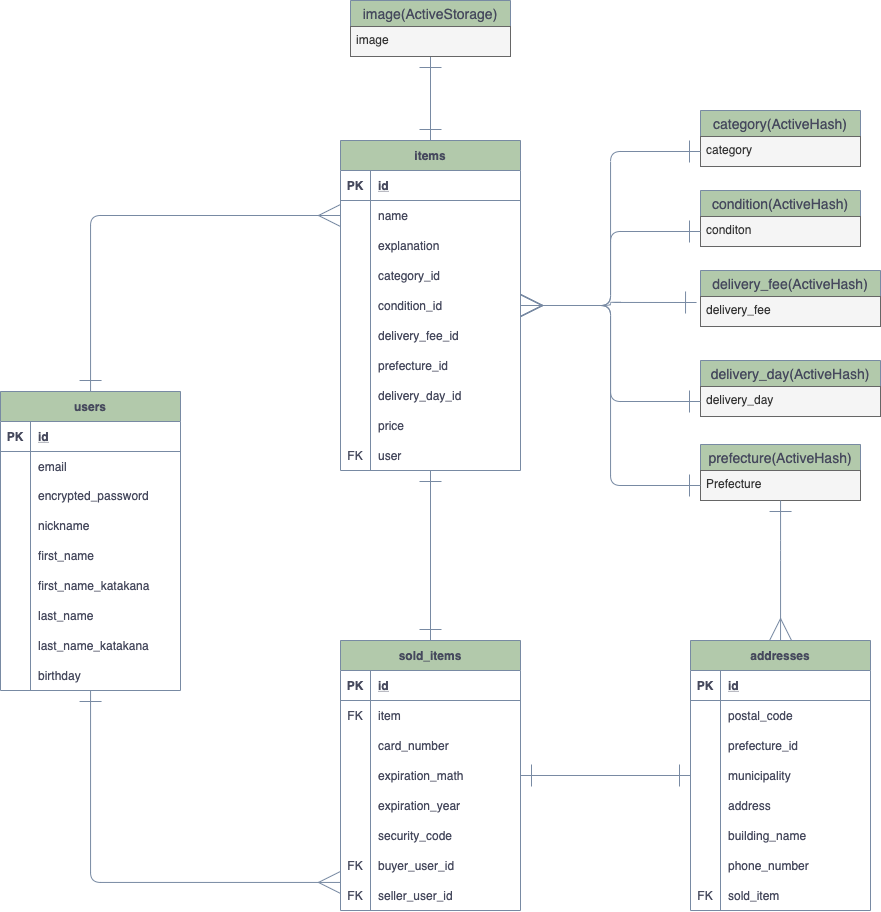
Above: database.png in makurano/furima-32591 (draw.io), before the change. Source tidied: cells renumbered, new cells last; positions are measured from the earlier drawing's top-left corner, leaving out a move shared by most shapes.
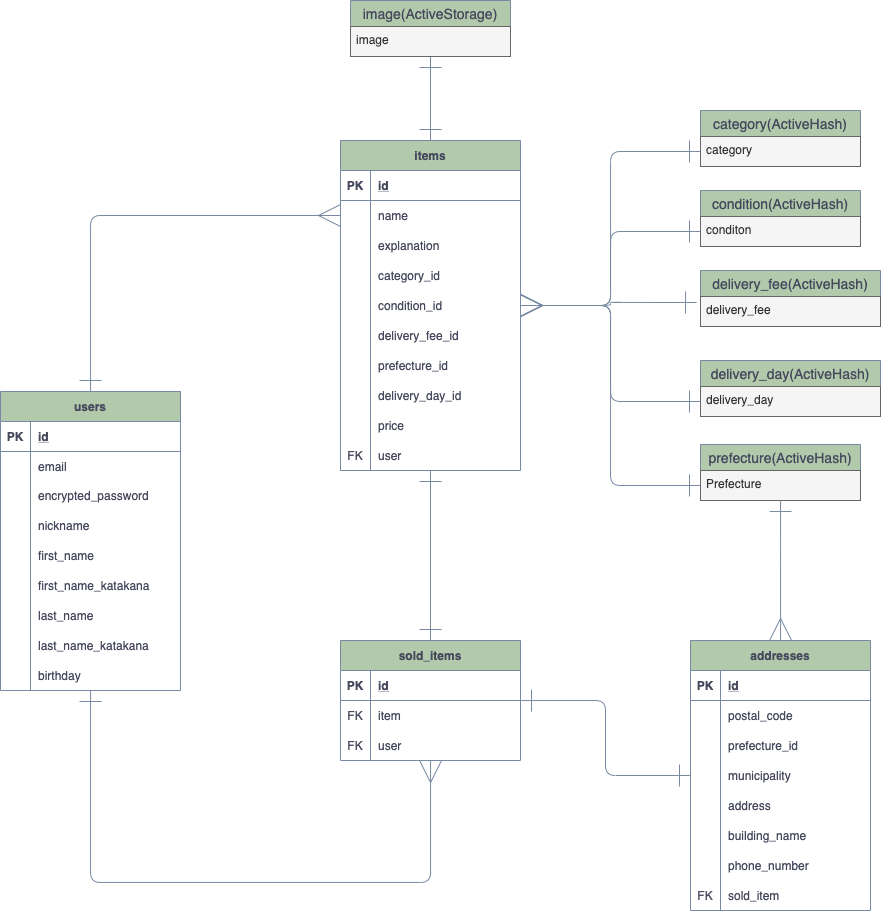
The same diagram one commit later.

Commit message:
ER図/README修正

The edit, as a diff of the source:
```diff
@@ -200,7 +200,7 @@
       <mxGeometry relative="1" as="geometry" />
     </mxCell>
     <mxCell id="65" value="sold_items" style="shape=table;startSize=30;rowLines=0;fontStyle=1;align=center;swimlaneFillColor=#ffffff;fillColor=#B2C9AB;strokeColor=#788AA3;fontColor=#46495D;" parent="1" vertex="1">
-      <mxGeometry x="340" y="640" width="180" height="270" as="geometry" />
+      <mxGeometry x="340" y="640" width="180" height="120" as="geometry" />
     </mxCell>
     <mxCell id="66" style="shape=partialRectangle;fillColor=none;top=0;left=0;bottom=1;right=0;strokeColor=#788AA3;fontColor=#46495D;" parent="65" vertex="1">
       <mxGeometry y="30" width="180" height="30" as="geometry" />
@@ -220,58 +220,13 @@
     <mxCell id="71" value="item" style="shape=partialRectangle;fillColor=none;top=0;left=0;bottom=0;right=0;align=left;spacingLeft=6;overflow=hidden;strokeColor=#788AA3;fontColor=#46495D;" parent="69" vertex="1">
       <mxGeometry x="30" width="150" height="30" as="geometry" />
     </mxCell>
-    <mxCell id="72" style="shape=partialRectangle;fillColor=none;top=0;left=0;bottom=0;right=0;strokeColor=#788AA3;fontColor=#46495D;" parent="65" vertex="1">
-      <mxGeometry y="90" width="180" height="30" as="geometry" />
-    </mxCell>
-    <mxCell id="73" style="shape=partialRectangle;fillColor=none;top=0;left=0;bottom=0;right=0;overflow=hidden;strokeColor=#788AA3;fontColor=#46495D;" parent="72" vertex="1">
-      <mxGeometry width="30" height="30" as="geometry" />
-    </mxCell>
-    <mxCell id="74" value="card_number" style="shape=partialRectangle;fillColor=none;top=0;left=0;bottom=0;right=0;align=left;spacingLeft=6;overflow=hidden;strokeColor=#788AA3;fontColor=#46495D;" parent="72" vertex="1">
-      <mxGeometry x="30" width="150" height="30" as="geometry" />
-    </mxCell>
-    <mxCell id="75" style="shape=partialRectangle;fillColor=none;top=0;left=0;bottom=0;right=0;strokeColor=#788AA3;fontColor=#46495D;" parent="65" vertex="1">
-      <mxGeometry y="120" width="180" height="30" as="geometry" />
-    </mxCell>
-    <mxCell id="76" style="shape=partialRectangle;fillColor=none;top=0;left=0;bottom=0;right=0;overflow=hidden;strokeColor=#788AA3;fontColor=#46495D;" parent="75" vertex="1">
-      <mxGeometry width="30" height="30" as="geometry" />
-    </mxCell>
-    <mxCell id="77" value="expiration_math" style="shape=partialRectangle;fillColor=none;top=0;left=0;bottom=0;right=0;align=left;spacingLeft=6;overflow=hidden;strokeColor=#788AA3;fontColor=#46495D;" parent="75" vertex="1">
-      <mxGeometry x="30" width="150" height="30" as="geometry" />
-    </mxCell>
-    <mxCell id="78" style="shape=partialRectangle;fillColor=none;top=0;left=0;bottom=0;right=0;strokeColor=#788AA3;fontColor=#46495D;" parent="65" vertex="1">
-      <mxGeometry y="150" width="180" height="30" as="geometry" />
-    </mxCell>
-    <mxCell id="79" style="shape=partialRectangle;fillColor=none;top=0;left=0;bottom=0;right=0;overflow=hidden;strokeColor=#788AA3;fontColor=#46495D;" parent="78" vertex="1">
-      <mxGeometry width="30" height="30" as="geometry" />
-    </mxCell>
-    <mxCell id="80" value="expiration_year" style="shape=partialRectangle;fillColor=none;top=0;left=0;bottom=0;right=0;align=left;spacingLeft=6;overflow=hidden;strokeColor=#788AA3;fontColor=#46495D;" parent="78" vertex="1">
-      <mxGeometry x="30" width="150" height="30" as="geometry" />
-    </mxCell>
-    <mxCell id="81" style="shape=partialRectangle;fillColor=none;top=0;left=0;bottom=0;right=0;strokeColor=#788AA3;fontColor=#46495D;" parent="65" vertex="1">
-      <mxGeometry y="180" width="180" height="30" as="geometry" />
-    </mxCell>
-    <mxCell id="82" style="shape=partialRectangle;fillColor=none;top=0;left=0;bottom=0;right=0;overflow=hidden;strokeColor=#788AA3;fontColor=#46495D;" parent="81" vertex="1">
-      <mxGeometry width="30" height="30" as="geometry" />
-    </mxCell>
-    <mxCell id="83" value="security_code" style="shape=partialRectangle;fillColor=none;top=0;left=0;bottom=0;right=0;align=left;spacingLeft=6;overflow=hidden;strokeColor=#788AA3;fontColor=#46495D;" parent="81" vertex="1">
-      <mxGeometry x="30" width="150" height="30" as="geometry" />
-    </mxCell>
-    <mxCell id="84" style="shape=partialRectangle;fillColor=none;top=0;left=0;bottom=0;right=0;strokeColor=#788AA3;fontColor=#46495D;" parent="65" vertex="1">
-      <mxGeometry y="210" width="180" height="30" as="geometry" />
-    </mxCell>
-    <mxCell id="85" value="FK" style="shape=partialRectangle;fillColor=none;top=0;left=0;bottom=0;right=0;overflow=hidden;strokeColor=#788AA3;fontColor=#46495D;" parent="84" vertex="1">
-      <mxGeometry width="30" height="30" as="geometry" />
-    </mxCell>
-    <mxCell id="86" value="buyer_user_id" style="shape=partialRectangle;fillColor=none;top=0;left=0;bottom=0;right=0;align=left;spacingLeft=6;overflow=hidden;strokeColor=#788AA3;fontColor=#46495D;" parent="84" vertex="1">
-      <mxGeometry x="30" width="150" height="30" as="geometry" />
-    </mxCell>
     <mxCell id="87" style="shape=partialRectangle;fillColor=none;top=0;left=0;bottom=0;right=0;points=[[0,0.5],[1,0.5]];portConstraint=eastwest;strokeColor=#788AA3;fontColor=#46495D;" parent="65" vertex="1">
-      <mxGeometry y="240" width="180" height="30" as="geometry" />
+      <mxGeometry y="90" width="180" height="30" as="geometry" />
     </mxCell>
     <mxCell id="88" value="FK" style="shape=partialRectangle;fillColor=none;top=0;left=0;bottom=0;right=0;overflow=hidden;strokeColor=#788AA3;fontColor=#46495D;" parent="87" vertex="1">
       <mxGeometry width="30" height="30" as="geometry" />
     </mxCell>
-    <mxCell id="89" value="seller_user_id" style="shape=partialRectangle;fillColor=none;top=0;left=0;bottom=0;right=0;align=left;spacingLeft=6;overflow=hidden;strokeColor=#788AA3;fontColor=#46495D;" parent="87" vertex="1">
+    <mxCell id="89" value="user" style="shape=partialRectangle;fillColor=none;top=0;left=0;bottom=0;right=0;align=left;spacingLeft=6;overflow=hidden;strokeColor=#788AA3;fontColor=#46495D;" parent="87" vertex="1">
       <mxGeometry x="30" width="150" height="30" as="geometry" />
     </mxCell>
     <mxCell id="90" value="prefecture(ActiveHash)" style="swimlane;fontStyle=0;horizontal=1;startSize=26;align=center;fontSize=14;rounded=0;sketch=0;strokeColor=#788AA3;fillColor=#B2C9AB;swimlaneFillColor=none;labelBackgroundColor=none;labelBorderColor=none;fontColor=#46495D;" parent="1" vertex="1">
```
